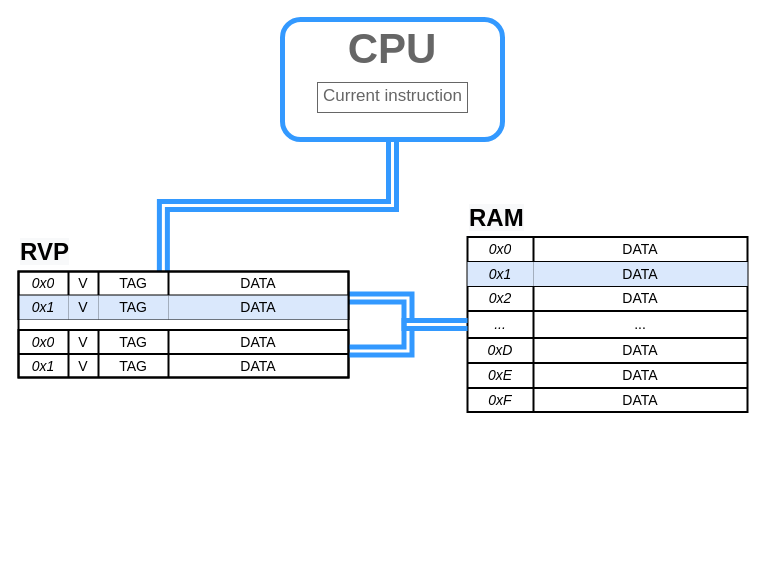
Before: doc/models/direct_rvp.drawio in mrazekv-students/bp22_cpu_perina, a draw.io diagram. Source tidied: cells renumbered, new cells numbered last; positions are measured from the earlier drawing's top-left corner, leaving out a move shared by most shapes. Both pictures are drawn from the tidied source at 100%, with x=0, y=0 at pixel (18, 19).
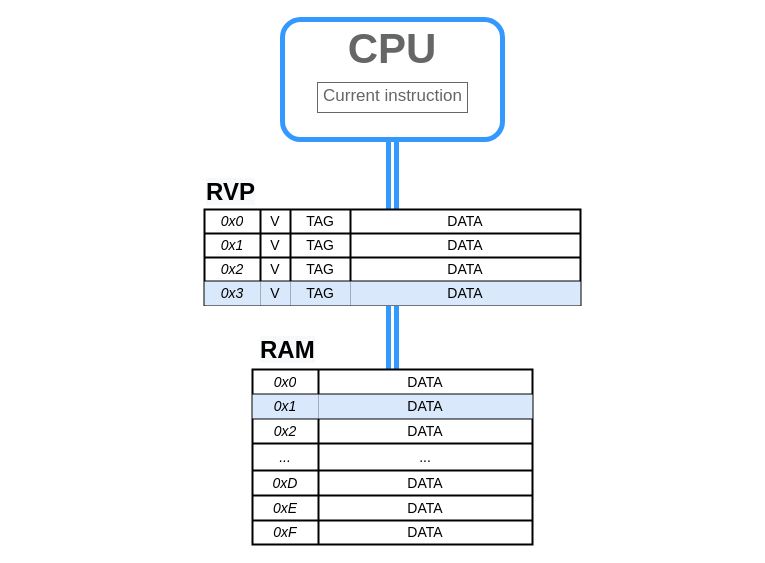
The same diagram, later.

The change refers to these unchanged cells:
```xml
<mxCell id="3" style="rounded=1;whiteSpace=wrap;html=1;fontFamily=Helvetica;fontSize=38;fontColor=#4C0099;align=left;verticalAlign=middle;strokeWidth=5;strokeColor=#3399FF;" parent="1" vertex="1">
  <mxGeometry x="264" width="220" height="120" as="geometry" />
</mxCell>
<mxCell id="17" style="shape=partialRectangle;html=1;whiteSpace=wrap;fillColor=none;top=0;left=0;bottom=0;right=0;points=[[0,0.5],[1,0.5]];portConstraint=eastwest;fontSize=14;strokeColor=default;strokeWidth=2;" parent="7" vertex="1">
  <mxGeometry y="74" width="280" height="27" as="geometry" />
</mxCell>
```

The edit, as a diff of the source:
```diff
@@
-    <mxCell id="2" style="edgeStyle=orthogonalEdgeStyle;shape=link;rounded=0;jettySize=auto;html=1;entryX=0.439;entryY=-0.021;entryDx=0;entryDy=0;entryPerimeter=0;fontSize=14;endArrow=none;endFill=0;strokeColor=#3399FF;strokeWidth=5;" parent="1" edge="1" source="3" target="31">
+    <mxCell id="2" style="edgeStyle=orthogonalEdgeStyle;shape=link;rounded=0;jettySize=auto;html=1;fontSize=14;endArrow=none;endFill=0;strokeColor=#3399FF;strokeWidth=5;entryX=0.5;entryY=0;entryDx=0;entryDy=0;" parent="1" edge="1" source="3" target="30">
       <mxGeometry relative="1" as="geometry" />
     </mxCell>
@@
-    <mxCell id="6" style="edgeStyle=orthogonalEdgeStyle;rounded=0;jettySize=auto;html=1;entryX=0;entryY=0.5;entryDx=0;entryDy=0;fontFamily=Helvetica;fontSize=38;fontColor=#000000;shape=link;strokeWidth=5;targetPerimeterSpacing=0;endSize=6;strokeColor=#3399FF;exitX=1;exitY=0.25;exitDx=0;exitDy=0;" parent="1" edge="1" source="54" target="17">
+    <mxCell id="6" style="edgeStyle=orthogonalEdgeStyle;rounded=0;jettySize=auto;html=1;entryX=0.5;entryY=0;entryDx=0;entryDy=0;fontFamily=Helvetica;fontSize=38;fontColor=#000000;shape=link;strokeWidth=5;targetPerimeterSpacing=0;endSize=6;strokeColor=#3399FF;exitX=0.5;exitY=1;exitDx=0;exitDy=0;" parent="1" edge="1" source="30" target="7">
       <mxGeometry relative="1" as="geometry" />
     </mxCell>
     <mxCell id="7" style="shape=table;html=1;whiteSpace=wrap;startSize=0;childLayout=tableLayout;fontSize=14;strokeColor=default;strokeWidth=2;fillColor=default;gradientColor=none;" parent="1" vertex="1">
-      <mxGeometry x="449" y="217.5" width="280" height="175" as="geometry" />
+      <mxGeometry x="234" y="350" width="280" height="175" as="geometry" />
     </mxCell>
@@
     <mxCell id="29" value="&lt;span style=&quot;color: rgb(0, 0, 0); font-family: helvetica; font-size: 24px; font-style: normal; font-weight: 700; letter-spacing: normal; text-align: center; text-indent: 0px; text-transform: none; word-spacing: 0px; background-color: rgb(248, 249, 250); display: inline; float: none;&quot;&gt;RAM&lt;/span&gt;" style="text;whiteSpace=wrap;html=1;fontSize=14;" parent="1" vertex="1">
-      <mxGeometry x="449" y="177.5" width="281" height="40" as="geometry" />
+      <mxGeometry x="240" y="310" width="281" height="40" as="geometry" />
     </mxCell>
     <mxCell id="30" style="shape=table;html=1;whiteSpace=wrap;startSize=0;childLayout=tableLayout;fontSize=14;strokeColor=default;strokeWidth=2;fillColor=none;gradientColor=none;" parent="1" vertex="1">
-      <mxGeometry y="252" width="330" height="47.5" as="geometry" />
+      <mxGeometry x="186" y="190" width="376" height="95.5" as="geometry" />
     </mxCell>
     <mxCell id="31" style="shape=partialRectangle;html=1;whiteSpace=wrap;fillColor=none;top=0;left=0;bottom=0;right=0;points=[[0,0.5],[1,0.5]];portConstraint=eastwest;fontSize=14;strokeColor=default;strokeWidth=2;" parent="30" vertex="1">
-      <mxGeometry width="330" height="24" as="geometry" />
+      <mxGeometry width="376" height="24" as="geometry" />
     </mxCell>
-    <mxCell id="32" value="0x0" style="shape=partialRectangle;html=1;whiteSpace=wrap;fillColor=none;top=0;left=0;bottom=0;right=0;overflow=hidden;fontSize=14;strokeColor=default;strokeWidth=2;fontStyle=2;" parent="31" vertex="1">
-      <mxGeometry width="50" height="24" as="geometry" />
-    </mxCell>
+    <mxCell id="55" value="0x0" style="shape=partialRectangle;html=1;whiteSpace=wrap;fillColor=none;top=0;left=0;bottom=0;right=0;overflow=hidden;fontSize=14;strokeColor=default;strokeWidth=2;fontStyle=2;" parent="31" vertex="1">
+      <mxGeometry width="56" height="24" as="geometry" />
+    </mxCell>
     <mxCell id="33" value="V" style="shape=partialRectangle;html=1;whiteSpace=wrap;fillColor=none;top=0;left=0;bottom=0;right=0;overflow=hidden;fontSize=14;strokeColor=default;strokeWidth=2;" parent="31" vertex="1">
-      <mxGeometry x="50" width="30" height="24" as="geometry" />
+      <mxGeometry x="56" width="30" height="24" as="geometry" />
     </mxCell>
     <mxCell id="34" value="TAG" style="shape=partialRectangle;html=1;whiteSpace=wrap;fillColor=none;top=0;left=0;bottom=0;right=0;overflow=hidden;fontSize=14;strokeColor=default;strokeWidth=2;" parent="31" vertex="1">
-      <mxGeometry x="80" width="70" height="24" as="geometry" />
+      <mxGeometry x="86" width="60" height="24" as="geometry" />
     </mxCell>
     <mxCell id="35" value="DATA" style="shape=partialRectangle;html=1;whiteSpace=wrap;fillColor=none;top=0;left=0;bottom=0;right=0;overflow=hidden;fontSize=14;strokeColor=default;strokeWidth=2;" parent="31" vertex="1">
-      <mxGeometry x="150" width="180" height="24" as="geometry" />
+      <mxGeometry x="146" width="230" height="24" as="geometry" />
     </mxCell>
+    <mxCell id="56" style="shape=partialRectangle;html=1;whiteSpace=wrap;fillColor=none;top=0;left=0;bottom=0;right=0;fontSize=14;strokeColor=default;strokeWidth=2;" parent="30" vertex="1">
+      <mxGeometry y="24" width="376" height="24" as="geometry" />
+    </mxCell>
+    <mxCell id="57" value="0x1" style="shape=partialRectangle;html=1;whiteSpace=wrap;fillColor=none;top=0;left=0;bottom=0;right=0;overflow=hidden;fontSize=14;strokeColor=default;strokeWidth=2;fontStyle=2;" parent="56" vertex="1">
+      <mxGeometry width="56" height="24" as="geometry" />
+    </mxCell>
+    <mxCell id="58" value="V" style="shape=partialRectangle;html=1;whiteSpace=wrap;fillColor=none;top=0;left=0;bottom=0;right=0;overflow=hidden;fontSize=14;strokeColor=default;strokeWidth=2;" parent="56" vertex="1">
+      <mxGeometry x="56" width="30" height="24" as="geometry" />
+    </mxCell>
+    <mxCell id="59" value="TAG" style="shape=partialRectangle;html=1;whiteSpace=wrap;fillColor=none;top=0;left=0;bottom=0;right=0;overflow=hidden;fontSize=14;strokeColor=default;strokeWidth=2;" parent="56" vertex="1">
+      <mxGeometry x="86" width="60" height="24" as="geometry" />
+    </mxCell>
+    <mxCell id="60" value="DATA" style="shape=partialRectangle;html=1;whiteSpace=wrap;fillColor=none;top=0;left=0;bottom=0;right=0;overflow=hidden;fontSize=14;strokeColor=default;strokeWidth=2;" parent="56" vertex="1">
+      <mxGeometry x="146" width="230" height="24" as="geometry" />
+    </mxCell>
+    <mxCell id="61" style="shape=partialRectangle;html=1;whiteSpace=wrap;fillColor=none;top=0;left=0;bottom=0;right=0;fontSize=14;strokeColor=default;strokeWidth=2;" parent="30" vertex="1">
+      <mxGeometry y="48" width="376" height="24" as="geometry" />
+    </mxCell>
+    <mxCell id="62" value="0x2" style="shape=partialRectangle;html=1;whiteSpace=wrap;fillColor=none;top=0;left=0;bottom=0;right=0;overflow=hidden;fontSize=14;strokeColor=default;strokeWidth=2;fontStyle=2;" parent="61" vertex="1">
+      <mxGeometry width="56" height="24" as="geometry" />
+    </mxCell>
+    <mxCell id="63" value="V" style="shape=partialRectangle;html=1;whiteSpace=wrap;fillColor=none;top=0;left=0;bottom=0;right=0;overflow=hidden;fontSize=14;strokeColor=default;strokeWidth=2;" parent="61" vertex="1">
+      <mxGeometry x="56" width="30" height="24" as="geometry" />
+    </mxCell>
+    <mxCell id="64" value="TAG" style="shape=partialRectangle;html=1;whiteSpace=wrap;fillColor=none;top=0;left=0;bottom=0;right=0;overflow=hidden;fontSize=14;strokeColor=default;strokeWidth=2;" parent="61" vertex="1">
+      <mxGeometry x="86" width="60" height="24" as="geometry" />
+    </mxCell>
+    <mxCell id="65" value="DATA" style="shape=partialRectangle;html=1;whiteSpace=wrap;fillColor=none;top=0;left=0;bottom=0;right=0;overflow=hidden;fontSize=14;strokeColor=default;strokeWidth=2;" parent="61" vertex="1">
+      <mxGeometry x="146" width="230" height="24" as="geometry" />
+    </mxCell>
     <mxCell id="36" style="shape=partialRectangle;html=1;whiteSpace=wrap;fillColor=none;top=0;left=0;bottom=0;right=0;fontSize=14;strokeColor=default;strokeWidth=2;" parent="30" vertex="1">
-      <mxGeometry y="24" width="330" height="24" as="geometry" />
+      <mxGeometry y="72" width="376" height="24" as="geometry" />
     </mxCell>
-    <mxCell id="37" value="0x1" style="shape=partialRectangle;html=1;whiteSpace=wrap;fillColor=#dae8fc;top=0;left=0;bottom=0;right=0;overflow=hidden;fontSize=14;strokeColor=#6c8ebf;strokeWidth=2;fontStyle=2;" parent="36" vertex="1">
-      <mxGeometry width="50" height="24" as="geometry" />
-    </mxCell>
+    <mxCell id="66" value="0x3" style="shape=partialRectangle;html=1;whiteSpace=wrap;fillColor=#dae8fc;top=0;left=0;bottom=0;right=0;overflow=hidden;fontSize=14;strokeColor=#6c8ebf;strokeWidth=2;fontStyle=2;" parent="36" vertex="1">
+      <mxGeometry width="56" height="24" as="geometry" />
+    </mxCell>
     <mxCell id="38" value="V" style="shape=partialRectangle;html=1;whiteSpace=wrap;fillColor=#dae8fc;top=0;left=0;bottom=0;right=0;overflow=hidden;fontSize=14;strokeColor=#6c8ebf;strokeWidth=2;" parent="36" vertex="1">
-      <mxGeometry x="50" width="30" height="24" as="geometry" />
+      <mxGeometry x="56" width="30" height="24" as="geometry" />
     </mxCell>
     <mxCell id="39" value="TAG" style="shape=partialRectangle;html=1;whiteSpace=wrap;fillColor=#dae8fc;top=0;left=0;bottom=0;right=0;overflow=hidden;fontSize=14;strokeColor=#6c8ebf;strokeWidth=2;" parent="36" vertex="1">
-      <mxGeometry x="80" width="70" height="24" as="geometry" />
+      <mxGeometry x="86" width="60" height="24" as="geometry" />
     </mxCell>
     <mxCell id="40" value="DATA" style="shape=partialRectangle;html=1;whiteSpace=wrap;fillColor=#dae8fc;top=0;left=0;bottom=0;right=0;overflow=hidden;fontSize=14;strokeColor=#6c8ebf;strokeWidth=2;" parent="36" vertex="1">
-      <mxGeometry x="150" width="180" height="24" as="geometry" />
+      <mxGeometry x="146" width="230" height="24" as="geometry" />
     </mxCell>
     <mxCell id="41" value="&lt;span style=&quot;color: rgb(0 , 0 , 0) ; font-family: &amp;#34;helvetica&amp;#34; ; font-size: 24px ; font-style: normal ; font-weight: 700 ; letter-spacing: normal ; text-align: center ; text-indent: 0px ; text-transform: none ; word-spacing: 0px ; background-color: rgb(248 , 249 , 250) ; display: inline ; float: none&quot;&gt;RVP&lt;/span&gt;" style="text;whiteSpace=wrap;html=1;fontSize=14;" parent="1" vertex="1">
-      <mxGeometry y="212" width="330" height="38" as="geometry" />
+      <mxGeometry x="186" y="152" width="374" height="38" as="geometry" />
     </mxCell>
-    <mxCell id="42" style="shape=table;html=1;whiteSpace=wrap;startSize=0;childLayout=tableLayout;fontSize=14;strokeColor=default;strokeWidth=2;fillColor=none;gradientColor=none;" parent="1" vertex="1">
-      <mxGeometry y="310.5" width="330" height="47.5" as="geometry" />
-    </mxCell>
-    <mxCell id="43" style="shape=partialRectangle;html=1;whiteSpace=wrap;fillColor=none;top=0;left=0;bottom=0;right=0;fontSize=14;strokeColor=default;strokeWidth=2;" parent="42" vertex="1">
-      <mxGeometry width="330" height="24" as="geometry" />
-    </mxCell>
-    <mxCell id="44" value="0x0" style="shape=partialRectangle;html=1;whiteSpace=wrap;fillColor=none;top=0;left=0;bottom=0;right=0;overflow=hidden;fontSize=14;strokeColor=default;strokeWidth=2;fontStyle=2;" parent="43" vertex="1">
-      <mxGeometry width="50" height="24" as="geometry" />
-    </mxCell>
-    <mxCell id="45" value="V" style="shape=partialRectangle;html=1;whiteSpace=wrap;fillColor=none;top=0;left=0;bottom=0;right=0;overflow=hidden;fontSize=14;strokeColor=default;strokeWidth=2;" parent="43" vertex="1">
-      <mxGeometry x="50" width="30" height="24" as="geometry" />
-    </mxCell>
-    <mxCell id="46" value="TAG" style="shape=partialRectangle;html=1;whiteSpace=wrap;fillColor=none;top=0;left=0;bottom=0;right=0;overflow=hidden;fontSize=14;strokeColor=default;strokeWidth=2;" parent="43" vertex="1">
-      <mxGeometry x="80" width="70" height="24" as="geometry" />
-    </mxCell>
-    <mxCell id="47" value="DATA" style="shape=partialRectangle;html=1;whiteSpace=wrap;fillColor=none;top=0;left=0;bottom=0;right=0;overflow=hidden;fontSize=14;strokeColor=default;strokeWidth=2;" parent="43" vertex="1">
-      <mxGeometry x="150" width="180" height="24" as="geometry" />
-    </mxCell>
-    <mxCell id="48" style="shape=partialRectangle;html=1;whiteSpace=wrap;fillColor=none;top=0;left=0;bottom=0;right=0;fontSize=14;strokeColor=default;strokeWidth=2;" parent="42" vertex="1">
-      <mxGeometry y="24" width="330" height="24" as="geometry" />
-    </mxCell>
-    <mxCell id="49" value="0x1" style="shape=partialRectangle;html=1;whiteSpace=wrap;top=0;left=0;bottom=0;right=0;overflow=hidden;fontSize=14;strokeWidth=2;fontStyle=2;fillColor=none;strokeColor=default;" parent="48" vertex="1">
-      <mxGeometry width="50" height="24" as="geometry" />
-    </mxCell>
-    <mxCell id="50" value="V" style="shape=partialRectangle;html=1;whiteSpace=wrap;top=0;left=0;bottom=0;right=0;overflow=hidden;fontSize=14;strokeWidth=2;fillColor=none;strokeColor=default;" parent="48" vertex="1">
-      <mxGeometry x="50" width="30" height="24" as="geometry" />
-    </mxCell>
-    <mxCell id="51" value="TAG" style="shape=partialRectangle;html=1;whiteSpace=wrap;top=0;left=0;bottom=0;right=0;overflow=hidden;fontSize=14;strokeWidth=2;fillColor=none;strokeColor=default;" parent="48" vertex="1">
-      <mxGeometry x="80" width="70" height="24" as="geometry" />
-    </mxCell>
-    <mxCell id="52" value="DATA" style="shape=partialRectangle;html=1;whiteSpace=wrap;top=0;left=0;bottom=0;right=0;overflow=hidden;fontSize=14;strokeWidth=2;fillColor=none;strokeColor=default;" parent="48" vertex="1">
-      <mxGeometry x="150" width="180" height="24" as="geometry" />
-    </mxCell>
-    <mxCell id="53" style="edgeStyle=orthogonalEdgeStyle;shape=link;rounded=0;jettySize=auto;html=1;fontSize=14;endArrow=none;endFill=0;strokeColor=#3399FF;strokeWidth=5;entryX=1;entryY=0.75;entryDx=0;entryDy=0;" parent="1" edge="1" source="17" target="54">
-      <mxGeometry relative="1" as="geometry" />
-    </mxCell>
-    <mxCell id="54" style="rounded=0;whiteSpace=wrap;html=1;fontSize=14;strokeColor=default;strokeWidth=2;fillColor=none;gradientColor=none;" parent="1" vertex="1">
-      <mxGeometry y="252" width="330" height="106" as="geometry" />
-    </mxCell>
```
